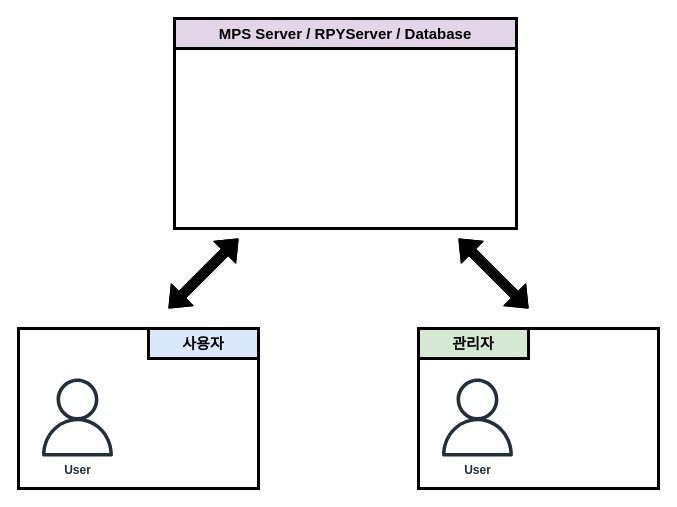
Before: page "페이지-2" (2 of 2) of 액티비티 다이어그램.drawio in hyun10144/Lecture3-1, a draw.io diagram. Source tidied: cells renumbered, new cells numbered last; positions are measured from the earlier drawing's top-left corner, leaving out a move shared by most shapes. Both pictures are drawn from the tidied source at 100%, with x=0, y=0 at pixel (18, 18). Pictures stored in the file or linked from it are replaced by grey dashed boxes.
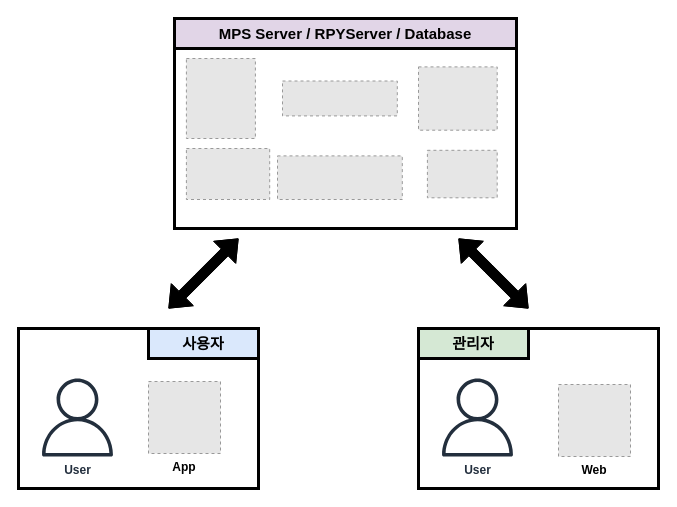
The same page after the edit.

Commit message:
액티비티 다이어그램.drawio 업데이트

What changed in the source:
```diff
@@
+    <mxCell id="12" value="Web" style="fillColor=#E6E6E6;strokeColor=#999999;dashed=1;verticalLabelPosition=bottom;labelBackgroundColor=default;verticalAlign=top;fontStyle=1;" parent="1" vertex="1">
+      <mxGeometry x="540" y="366" width="72" height="72" as="geometry" />
+    </mxCell>
+    <mxCell id="13" value="App" style="fillColor=#E6E6E6;strokeColor=#999999;dashed=1;verticalLabelPosition=bottom;labelBackgroundColor=default;verticalAlign=top;fontStyle=1;" parent="1" vertex="1">
+      <mxGeometry x="130" y="363" width="72" height="72" as="geometry" />
+    </mxCell>
+    <mxCell id="14" style="fillColor=#E6E6E6;strokeColor=#999999;dashed=1;verticalLabelPosition=bottom;labelBackgroundColor=default;verticalAlign=top;" parent="1" vertex="1">
+      <mxGeometry x="167.9" y="130" width="83.3" height="51" as="geometry" />
+    </mxCell>
+    <mxCell id="15" style="fillColor=#E6E6E6;strokeColor=#999999;dashed=1;verticalLabelPosition=bottom;labelBackgroundColor=default;verticalAlign=top;" parent="1" vertex="1">
+      <mxGeometry x="408.9" y="131.8" width="69.8" height="47.5" as="geometry" />
+    </mxCell>
+    <mxCell id="16" style="fillColor=#E6E6E6;strokeColor=#999999;dashed=1;verticalLabelPosition=bottom;labelBackgroundColor=default;verticalAlign=top;" parent="1" vertex="1">
+      <mxGeometry x="259" y="137.4" width="124.8" height="43.6" as="geometry" />
+    </mxCell>
+    <mxCell id="17" style="fillColor=#E6E6E6;strokeColor=#999999;dashed=1;verticalLabelPosition=bottom;labelBackgroundColor=default;verticalAlign=top;" parent="1" vertex="1">
+      <mxGeometry x="167.9" y="40" width="69" height="80" as="geometry" />
+    </mxCell>
+    <mxCell id="18" style="fillColor=#E6E6E6;strokeColor=#999999;dashed=1;verticalLabelPosition=bottom;labelBackgroundColor=default;verticalAlign=top;" parent="1" vertex="1">
+      <mxGeometry x="264" y="62.5" width="114.8" height="34.9" as="geometry" />
+    </mxCell>
+    <mxCell id="19" style="fillColor=#E6E6E6;strokeColor=#999999;dashed=1;verticalLabelPosition=bottom;labelBackgroundColor=default;verticalAlign=top;" parent="1" vertex="1">
+      <mxGeometry x="400" y="48.4" width="78.7" height="63.3" as="geometry" />
+    </mxCell>
```
